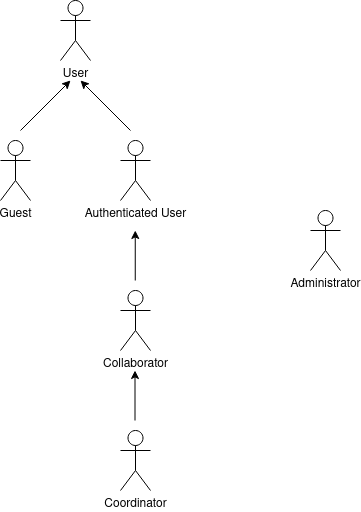
emanuelgestosa/lbaw-tudo keeps this draw.io diagram as docs/actors_diagram.png. Above is the earlier version. Source tidied: cells renumbered, new cells last; positions are measured from the earlier drawing's top-left corner, leaving out a move shared by most shapes.
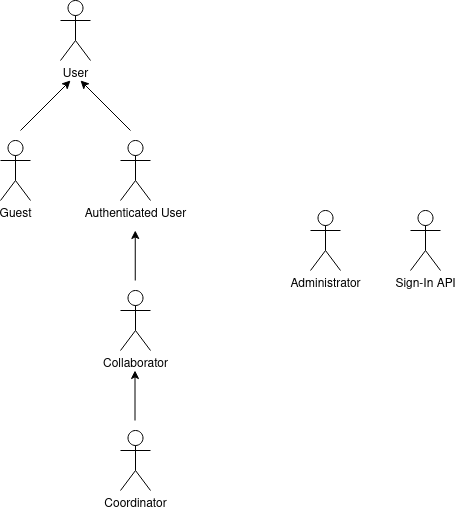
Above is the later version.

Commit message:
add sign in api

The edit, as a diff of the source:
```diff
@@ -44,5 +44,8 @@
     <mxCell id="11" value="Administrator" style="shape=umlActor;verticalLabelPosition=bottom;verticalAlign=top;html=1;" parent="1" vertex="1">
       <mxGeometry x="310" y="210" width="30" height="60" as="geometry" />
     </mxCell>
+    <mxCell id="12" value="Sign-In API" style="shape=umlActor;verticalLabelPosition=bottom;verticalAlign=top;html=1;" parent="1" vertex="1">
+      <mxGeometry x="410" y="210" width="30" height="60" as="geometry" />
+    </mxCell>
   </root>
 </mxGraphModel>
```
